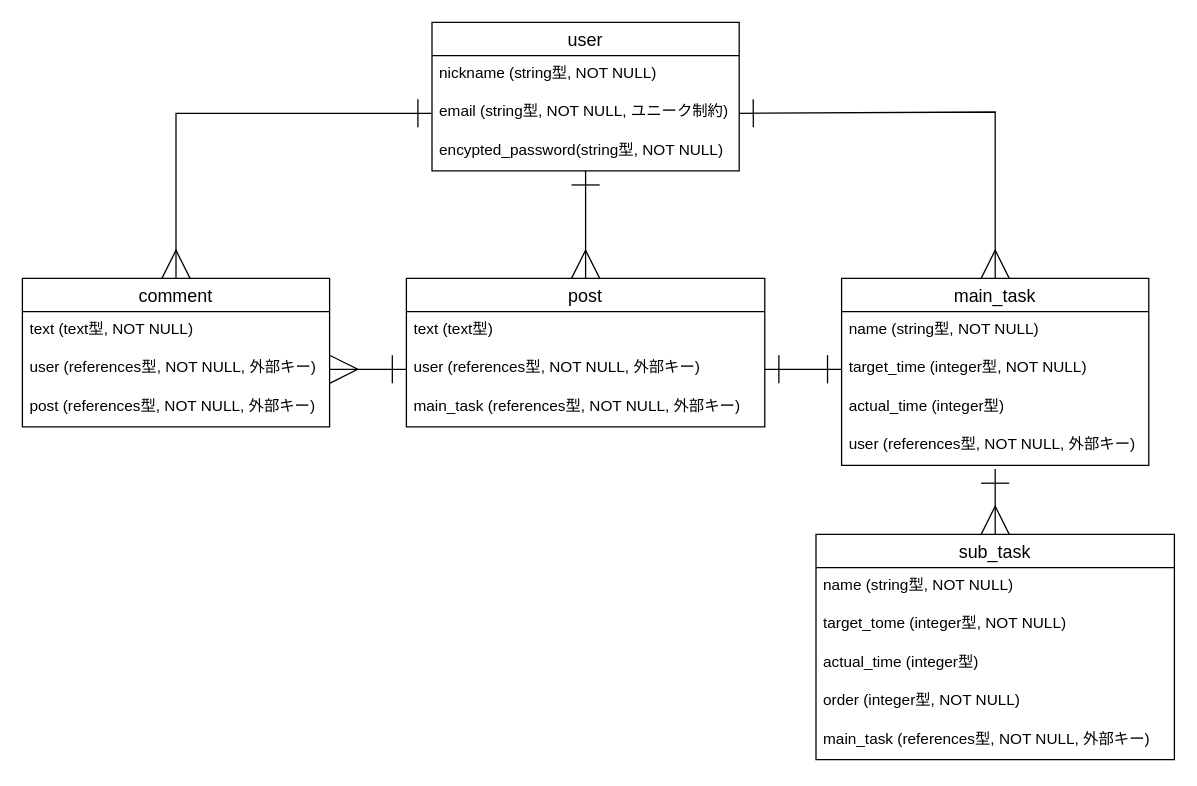
Earlier version of the draw.io diagram taskiary.dio (WatanabeMegumi/taskiary). Source tidied: cells renumbered, new cells numbered last; positions are measured from the earlier drawing's top-left corner, leaving out a move shared by most shapes. Both pictures are drawn from the tidied source at 128%, with x=0, y=0 at pixel (22, 22).
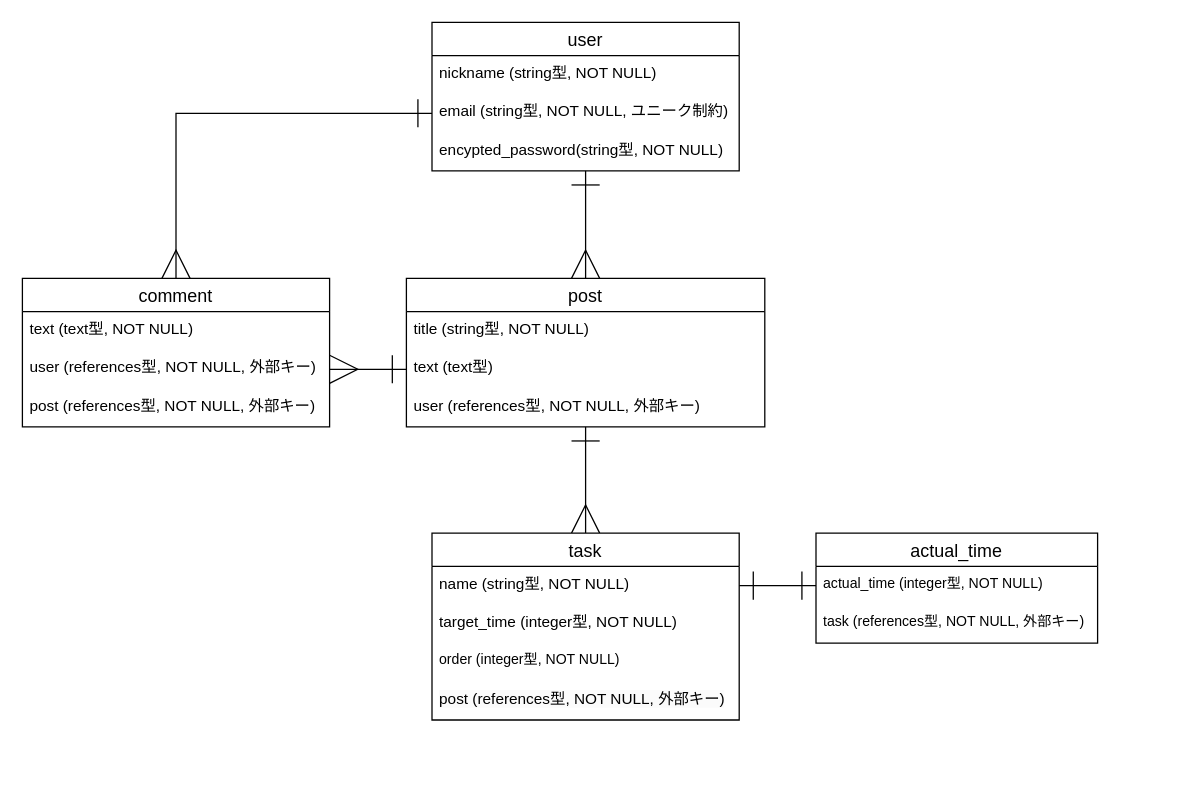
The same page after the edit.

The change refers to these unchanged cells:
```xml
<mxCell id="4" value="email (string型, NOT NULL, ユニーク制約)" style="text;strokeColor=none;fillColor=none;spacingLeft=4;spacingRight=4;overflow=hidden;points=[[0,0.5],[1,0.5]];portConstraint=eastwest;fontSize=12;whiteSpace=wrap;html=1;" parent="2" vertex="1">
  <mxGeometry y="56" width="240" height="30" as="geometry" />
</mxCell>
<mxCell id="7" value="name (string型, NOT NULL)" style="text;strokeColor=none;fillColor=none;spacingLeft=4;spacingRight=4;overflow=hidden;points=[[0,0.5],[1,0.5]];portConstraint=eastwest;fontSize=12;whiteSpace=wrap;html=1;" parent="6" vertex="1">
  <mxGeometry y="26" width="240" height="30" as="geometry" />
</mxCell>
<mxCell id="8" value="target_time (integer型, NOT NULL)" style="text;strokeColor=none;fillColor=none;spacingLeft=4;spacingRight=4;overflow=hidden;points=[[0,0.5],[1,0.5]];portConstraint=eastwest;fontSize=12;whiteSpace=wrap;html=1;" parent="6" vertex="1">
  <mxGeometry y="56" width="240" height="30" as="geometry" />
</mxCell>
<mxCell id="17" value="post" style="swimlane;fontStyle=0;horizontal=1;startSize=26;align=center;fontSize=14;" parent="1" vertex="1">
  <mxGeometry x="300" y="200" width="280" height="116" as="geometry" />
</mxCell>
```

The edit, as a diff of the source:
```diff
@@
+    <mxCell id="31" style="edgeStyle=none;shape=connector;curved=0;rounded=0;html=1;exitX=0.5;exitY=0;exitDx=0;exitDy=0;strokeColor=default;align=center;verticalAlign=middle;fontFamily=Helvetica;fontSize=11;fontColor=default;labelBackgroundColor=default;startArrow=ERmany;startFill=0;startSize=20;endArrow=ERone;endFill=0;endSize=20;" parent="1" edge="1" source="6" target="17">
+      <mxGeometry relative="1" as="geometry" />
+    </mxCell>
-    <mxCell id="6" value="main_task" style="swimlane;fontStyle=0;horizontal=1;startSize=26;align=center;fontSize=14;" parent="1" vertex="1">
-      <mxGeometry x="640" y="200" width="240" height="146" as="geometry" />
+    <mxCell id="6" value="task" style="swimlane;fontStyle=0;horizontal=1;startSize=26;align=center;fontSize=14;" parent="1" vertex="1">
+      <mxGeometry x="320" y="399" width="240" height="146" as="geometry" />
     </mxCell>
@@
-    <mxCell id="9" value="actual_time (integer型)" style="text;strokeColor=none;fillColor=none;spacingLeft=4;spacingRight=4;overflow=hidden;fontSize=12;whiteSpace=wrap;html=1;" parent="6" vertex="1">
-      <mxGeometry y="86" width="240" height="30" as="geometry" />
-    </mxCell>
-    <mxCell id="10" value="user (references型, NOT NULL, 外部キー)" style="text;strokeColor=none;fillColor=none;spacingLeft=4;spacingRight=4;overflow=hidden;points=[[0,0.5],[1,0.5]];portConstraint=eastwest;fontSize=12;whiteSpace=wrap;html=1;" parent="6" vertex="1">
-      <mxGeometry y="116" width="240" height="30" as="geometry" />
-    </mxCell>
+    <mxCell id="25" value="order (integer型, NOT NULL)" style="text;strokeColor=none;fillColor=none;spacingLeft=4;spacingRight=4;overflow=hidden;fontSize=11;whiteSpace=wrap;html=1;fontFamily=Helvetica;fontColor=default;labelBackgroundColor=default;" parent="6" vertex="1">
+      <mxGeometry y="86" width="240" height="30" as="geometry" />
+    </mxCell>
+    <mxCell id="32" value="&lt;span style=&quot;color: rgb(0, 0, 0); font-size: 12px; background-color: rgb(251, 251, 251);&quot;&gt;post (references型, NOT NULL, 外部キー)&lt;/span&gt;" style="text;strokeColor=none;fillColor=none;spacingLeft=4;spacingRight=4;overflow=hidden;fontSize=11;whiteSpace=wrap;html=1;fontFamily=Helvetica;fontColor=default;labelBackgroundColor=default;" parent="6" vertex="1">
+      <mxGeometry y="116" width="240" height="30" as="geometry" />
+    </mxCell>
@@
-    <mxCell id="18" value="text (text型)" style="text;strokeColor=none;fillColor=none;spacingLeft=4;spacingRight=4;overflow=hidden;fontSize=12;whiteSpace=wrap;html=1;" parent="17" vertex="1">
+    <mxCell id="18" value="title (string型, NOT NULL)" style="text;strokeColor=none;fillColor=none;spacingLeft=4;spacingRight=4;overflow=hidden;fontSize=12;whiteSpace=wrap;html=1;" parent="17" vertex="1">
       <mxGeometry y="26" width="280" height="30" as="geometry" />
     </mxCell>
-    <mxCell id="19" value="user (references型, NOT NULL, 外部キー)" style="text;strokeColor=none;fillColor=none;spacingLeft=4;spacingRight=4;overflow=hidden;points=[[0,0.5],[1,0.5]];portConstraint=eastwest;fontSize=12;whiteSpace=wrap;html=1;" parent="17" vertex="1">
+    <mxCell id="19" value="&lt;span style=&quot;color: rgb(0, 0, 0);&quot;&gt;text (text型)&lt;/span&gt;" style="text;strokeColor=none;fillColor=none;spacingLeft=4;spacingRight=4;overflow=hidden;points=[[0,0.5],[1,0.5]];portConstraint=eastwest;fontSize=12;whiteSpace=wrap;html=1;" parent="17" vertex="1">
       <mxGeometry y="56" width="280" height="30" as="geometry" />
     </mxCell>
-    <mxCell id="20" value="main_task (references型, NOT NULL, 外部キー)" style="text;strokeColor=none;fillColor=none;spacingLeft=4;spacingRight=4;overflow=hidden;fontSize=12;whiteSpace=wrap;html=1;" parent="17" vertex="1">
+    <mxCell id="20" value="&lt;span style=&quot;color: rgb(0, 0, 0);&quot;&gt;user (references型, NOT NULL, 外部キー)&lt;/span&gt;" style="text;strokeColor=none;fillColor=none;spacingLeft=4;spacingRight=4;overflow=hidden;fontSize=12;whiteSpace=wrap;html=1;" parent="17" vertex="1">
       <mxGeometry y="86" width="280" height="30" as="geometry" />
     </mxCell>
-    <mxCell id="21" value="sub_task" style="swimlane;fontStyle=0;horizontal=1;startSize=26;align=center;fontSize=14;" parent="1" vertex="1">
-      <mxGeometry x="620" y="400" width="280" height="176" as="geometry" />
-    </mxCell>
-    <mxCell id="22" value="name (string型, NOT NULL)" style="text;strokeColor=none;fillColor=none;spacingLeft=4;spacingRight=4;overflow=hidden;fontSize=12;whiteSpace=wrap;html=1;" parent="21" vertex="1">
-      <mxGeometry y="26" width="280" height="30" as="geometry" />
-    </mxCell>
-    <mxCell id="23" value="target_tome (integer型, NOT NULL)" style="text;strokeColor=none;fillColor=none;spacingLeft=4;spacingRight=4;overflow=hidden;fontSize=12;whiteSpace=wrap;html=1;" parent="21" vertex="1">
-      <mxGeometry y="56" width="280" height="30" as="geometry" />
-    </mxCell>
-    <mxCell id="24" value="actual_time (integer型)" style="text;strokeColor=none;fillColor=none;spacingLeft=4;spacingRight=4;overflow=hidden;fontSize=12;whiteSpace=wrap;html=1;" parent="21" vertex="1">
-      <mxGeometry y="86" width="280" height="30" as="geometry" />
-    </mxCell>
-    <mxCell id="25" value="order (integer型, NOT NULL)" style="text;strokeColor=none;fillColor=none;spacingLeft=4;spacingRight=4;overflow=hidden;fontSize=12;whiteSpace=wrap;html=1;" parent="21" vertex="1">
-      <mxGeometry y="116" width="280" height="30" as="geometry" />
-    </mxCell>
-    <mxCell id="26" value="main_task (references型, NOT NULL, 外部キー)&amp;nbsp;" style="text;strokeColor=none;fillColor=none;spacingLeft=4;spacingRight=4;overflow=hidden;fontSize=12;whiteSpace=wrap;html=1;" parent="21" vertex="1">
-      <mxGeometry y="146" width="280" height="30" as="geometry" />
-    </mxCell>
@@
-    <mxCell id="28" style="edgeStyle=none;shape=connector;rounded=0;html=1;exitX=1;exitY=0.5;exitDx=0;exitDy=0;entryX=0.5;entryY=0;entryDx=0;entryDy=0;strokeColor=default;align=center;verticalAlign=middle;fontFamily=Helvetica;fontSize=11;fontColor=default;labelBackgroundColor=default;startArrow=ERone;startFill=0;endArrow=ERmany;endFill=0;endSize=20;curved=0;startSize=20;" parent="1" edge="1" source="4" target="6">
-      <mxGeometry relative="1" as="geometry">
-        <Array as="points">
-          <mxPoint x="760" y="70" />
-        </Array>
-      </mxGeometry>
-    </mxCell>
-    <mxCell id="29" style="edgeStyle=none;shape=connector;curved=0;rounded=0;html=1;exitX=0.5;exitY=0;exitDx=0;exitDy=0;entryX=0.5;entryY=1.1;entryDx=0;entryDy=0;entryPerimeter=0;strokeColor=default;align=center;verticalAlign=middle;fontFamily=Helvetica;fontSize=11;fontColor=default;labelBackgroundColor=default;startArrow=ERmany;startFill=0;endArrow=ERone;endFill=0;endSize=20;startSize=20;" parent="1" edge="1" source="21" target="10">
-      <mxGeometry relative="1" as="geometry" />
-    </mxCell>
-    <mxCell id="30" style="edgeStyle=none;shape=connector;curved=0;rounded=0;html=1;exitX=1;exitY=0.5;exitDx=0;exitDy=0;entryX=0;entryY=0.5;entryDx=0;entryDy=0;strokeColor=default;align=center;verticalAlign=middle;fontFamily=Helvetica;fontSize=11;fontColor=default;labelBackgroundColor=default;startArrow=ERone;startFill=0;endArrow=ERone;endFill=0;endSize=20;startSize=20;" parent="1" edge="1" source="19" target="8">
-      <mxGeometry relative="1" as="geometry" />
-    </mxCell>
+    <mxCell id="33" value="actual_time" style="swimlane;fontStyle=0;horizontal=1;startSize=26;align=center;fontSize=14;fontFamily=Helvetica;fontColor=default;labelBackgroundColor=default;" parent="1" vertex="1">
+      <mxGeometry x="620" y="399" width="220" height="86" as="geometry" />
+    </mxCell>
+    <mxCell id="34" value="actual_time (integer型, NOT NULL)" style="text;strokeColor=none;fillColor=none;spacingLeft=4;spacingRight=4;overflow=hidden;points=[[0,0.5],[1,0.5]];portConstraint=eastwest;fontSize=11;whiteSpace=wrap;html=1;fontFamily=Helvetica;fontColor=default;labelBackgroundColor=default;" parent="33" vertex="1">
+      <mxGeometry y="26" width="220" height="30" as="geometry" />
+    </mxCell>
+    <mxCell id="35" value="task (references型, NOT NULL, 外部キー)" style="text;strokeColor=none;fillColor=none;spacingLeft=4;spacingRight=4;overflow=hidden;fontSize=11;whiteSpace=wrap;html=1;fontFamily=Helvetica;fontColor=default;labelBackgroundColor=default;" parent="33" vertex="1">
+      <mxGeometry y="56" width="220" height="30" as="geometry" />
+    </mxCell>
+    <mxCell id="36" style="edgeStyle=none;shape=connector;curved=0;rounded=0;html=1;exitX=1;exitY=0.5;exitDx=0;exitDy=0;entryX=0;entryY=0.5;entryDx=0;entryDy=0;strokeColor=default;align=center;verticalAlign=middle;fontFamily=Helvetica;fontSize=11;fontColor=default;labelBackgroundColor=default;startArrow=ERone;startFill=0;startSize=20;endArrow=ERone;endFill=0;endSize=20;" parent="1" edge="1" source="7" target="34">
+      <mxGeometry relative="1" as="geometry" />
+    </mxCell>
```
